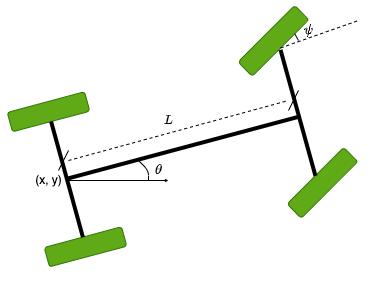
The draw.io diagram static/images/bicycle_model.png in haranarasaratnam/flask_website, before a commit. Source tidied: cells renumbered, new cells last; positions are measured from the earlier drawing's top-left corner, leaving out a move shared by most shapes.
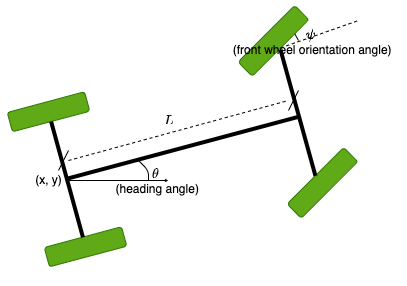
Later version of the same file.

The edit, as a diff of the source:
```diff
@@ -1,4 +1,4 @@
-<mxGraphModel background="#ffffff" math="1">
+<mxGraphModel math="1">
   <root>
     <mxCell id="0" />
     <mxCell id="1" parent="0" />
@@ -37,6 +37,9 @@
         <mxPoint x="277" y="51.7" as="targetPoint" />
       </mxGeometry>
     </mxCell>
+    <mxCell id="13" value="$$\theta$$&lt;br&gt;&amp;nbsp;(heading angle)" style="text;html=1;align=center;verticalAlign=middle;strokeColor=none;fillColor=none;" parent="2" vertex="1">
+      <mxGeometry x="79" y="122.7" width="110" height="40" as="geometry" />
+    </mxCell>
     <mxCell id="11" style="endArrow=classic;html=1;strokeWidth=1;endSize=1;" parent="1" edge="1">
       <mxGeometry relative="1" as="geometry">
         <mxPoint x="60" y="165" as="sourcePoint" />
@@ -52,9 +55,6 @@
         </Array>
       </mxGeometry>
     </mxCell>
-    <mxCell id="13" value="$$\theta$$" style="text;html=1;align=center;verticalAlign=middle;strokeColor=none;fillColor=none;" parent="1" vertex="1">
-      <mxGeometry x="110" y="140" width="80" height="30" as="geometry" />
-    </mxCell>
     <mxCell id="14" style="endArrow=none;dashed=1;html=1;strokeWidth=1;endSize=1;exitX=0.5;exitY=1;exitDx=0;exitDy=0;" parent="1" edge="1" source="3">
       <mxGeometry relative="1" as="geometry">
         <mxPoint x="350" y="5" as="targetPoint" />
@@ -65,8 +65,8 @@
         <mxPoint x="290" y="25" as="sourcePoint" />
       </mxGeometry>
     </mxCell>
-    <mxCell id="16" value="$$\psi$$" style="text;html=1;align=center;verticalAlign=middle;strokeColor=none;fillColor=none;" parent="1" vertex="1">
-      <mxGeometry x="265" width="70" height="30" as="geometry" />
+    <mxCell id="16" value="$$\psi$$&lt;br&gt;&amp;nbsp;(front wheel orientation angle)" style="text;html=1;align=center;verticalAlign=middle;strokeColor=none;fillColor=none;" parent="1" vertex="1">
+      <mxGeometry x="207" y="7" width="190" height="40" as="geometry" />
     </mxCell>
     <mxCell id="17" style="endArrow=none;dashed=1;html=1;strokeWidth=1;endSize=1;" parent="1" edge="1">
       <mxGeometry relative="1" as="geometry">
```
